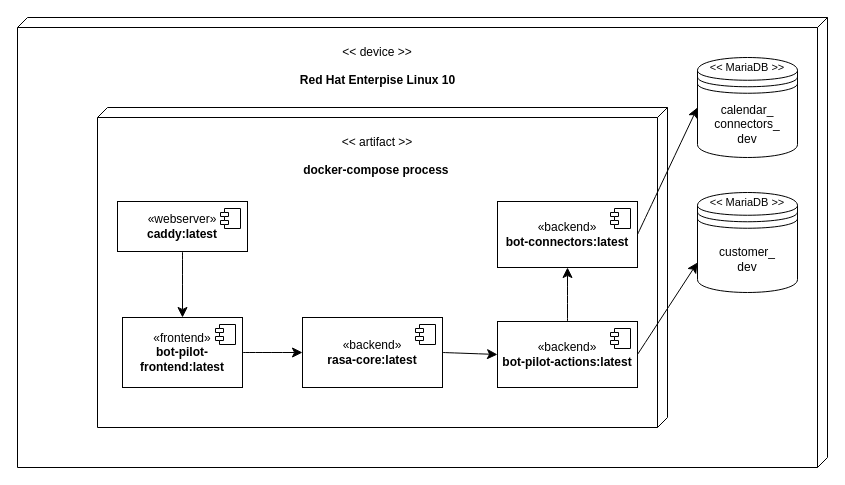
This is documentation/diagrams/deployment_view/deployment_view_dev_stage_mvp.drawio from normanboettcher/BotPilot, a draw.io file, before an edit. Source tidied: cells renumbered, new cells numbered last; positions are measured from the earlier drawing's top-left corner, leaving out a move shared by most shapes. Both pictures are drawn from the tidied source at 100%, with x=0, y=0 at pixel (17, 17).
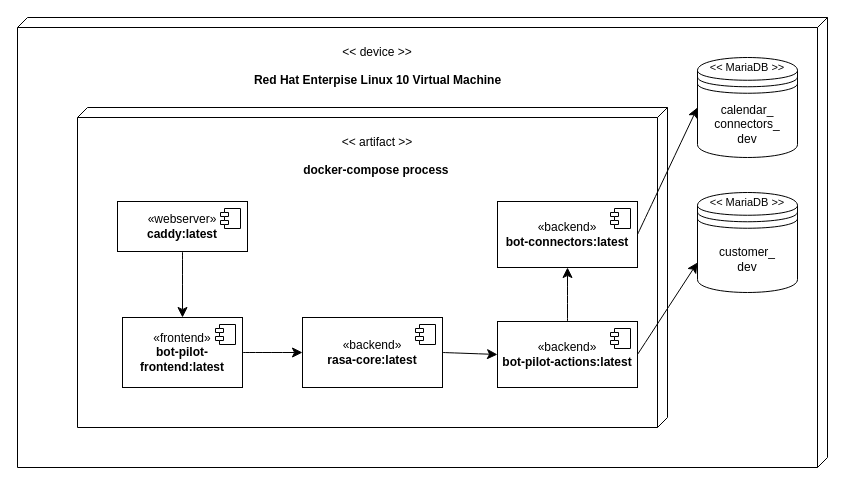
Above is the later version.

Commit message (it also covers changes not shown here):
Added - deployment view for dev-stage in mvp-phase v2

Change to the diagram source:
```diff
@@
     <mxCell id="4" style="verticalAlign=top;align=left;spacingTop=8;spacingLeft=2;spacingRight=12;shape=cube;size=10;direction=south;fontStyle=4;html=1;whiteSpace=wrap;" parent="1" vertex="1">
-      <mxGeometry x="80" y="90" width="570" height="320" as="geometry" />
+      <mxGeometry x="60" y="90" width="590" height="320" as="geometry" />
     </mxCell>
-    <mxCell id="5" value="Red Hat Enterpise Linux 10" style="text;align=center;fontStyle=1;verticalAlign=middle;spacingLeft=3;spacingRight=3;strokeColor=none;html=1;" parent="1" vertex="1">
+    <mxCell id="5" value="Red Hat Enterpise Linux 10 Virtual Machine" style="text;align=center;fontStyle=1;verticalAlign=middle;spacingLeft=3;spacingRight=3;strokeColor=none;html=1;" parent="1" vertex="1">
       <mxGeometry x="275" y="50" width="170" height="26" as="geometry" />
     </mxCell>
```
